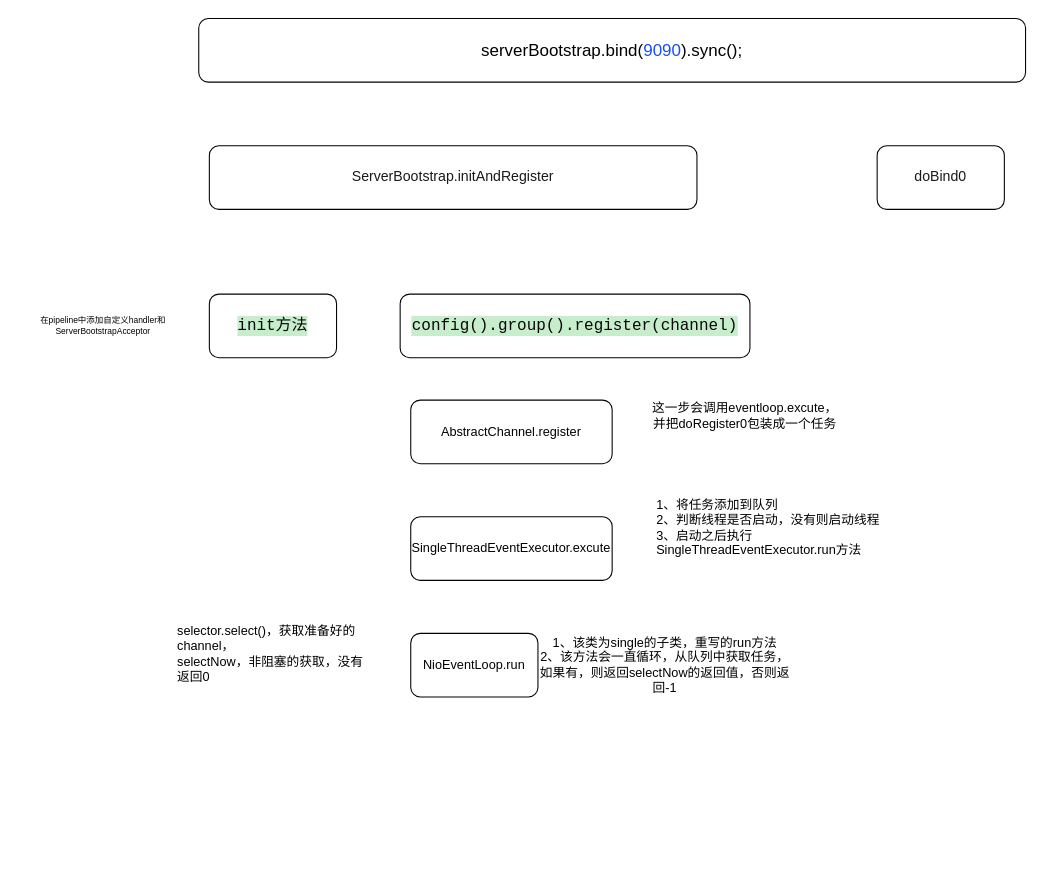
Earlier version of the draw.io diagram netty.drawio (qinhaohao1114/my-draw). Source tidied: cells renumbered, new cells numbered last; positions are measured from the earlier drawing's top-left corner, leaving out a move shared by most shapes. Both pictures are drawn from the tidied source at 106%, with x=0, y=0 at pixel (18, 18).
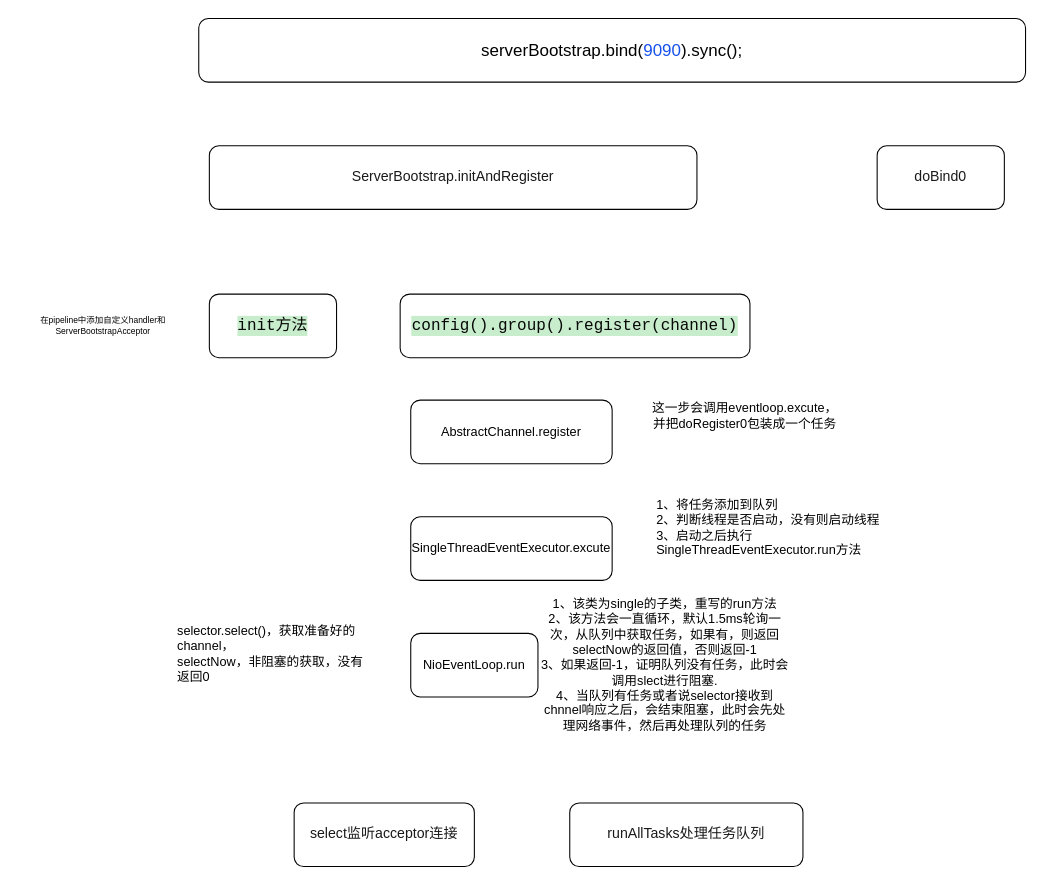
After the change.

What changed in the source:
```diff
@@
 <mxGraphModel>
   <root>
     <mxCell id="0" />
     <mxCell id="1" parent="0" />
     <mxCell id="2" value="&lt;p style=&quot;font-size: medium ; margin: 0px&quot;&gt;&lt;span style=&quot;font-family: &amp;#34;jetbrains mono,monospace&amp;#34; ; font-size: 12pt&quot;&gt; serverBootstrap.bind(&lt;/span&gt;&lt;span style=&quot;font-family: &amp;#34;jetbrains mono,monospace&amp;#34; ; font-size: 12pt ; color: rgb(23 , 80 , 235)&quot;&gt;9090&lt;/span&gt;&lt;span style=&quot;font-family: &amp;#34;jetbrains mono,monospace&amp;#34; ; font-size: 12pt&quot;&gt;).sync();&lt;/span&gt;&lt;/p&gt;" style="rounded=1;whiteSpace=wrap;html=1;" parent="1" vertex="1">
       <mxGeometry x="170" width="780" height="60" as="geometry" />
     </mxCell>
     <mxCell id="3" value="&lt;p align=&quot;center&quot; style=&quot;font-size: medium ; margin: 0px ; line-height: 1px&quot;&gt;&lt;span style=&quot;font-size: 10pt ; color: rgb(25 , 25 , 25)&quot;&gt;ServerBootstrap.initAndRegister&lt;/span&gt;&lt;/p&gt;" style="rounded=1;whiteSpace=wrap;html=1;" parent="1" vertex="1">
       <mxGeometry x="180" y="120" width="460" height="60" as="geometry" />
     </mxCell>
     <mxCell id="4" value="&lt;p align=&quot;center&quot; style=&quot;font-size: medium ; margin: 0px ; line-height: 1px&quot;&gt;&lt;span style=&quot;font-size: 10pt ; color: rgb(25 , 25 , 25)&quot;&gt;doBind0&lt;/span&gt;&lt;/p&gt;" style="rounded=1;whiteSpace=wrap;html=1;" parent="1" vertex="1">
       <mxGeometry x="810" y="120" width="120" height="60" as="geometry" />
     </mxCell>
     <mxCell id="5" value="&lt;pre style=&quot;background-color: #c7edcc ; color: #080808 ; font-family: &amp;#34;jetbrains mono&amp;#34; , monospace ; font-size: 11.3pt&quot;&gt;init方法&lt;/pre&gt;" style="rounded=1;whiteSpace=wrap;html=1;" parent="1" vertex="1">
       <mxGeometry x="180" y="260" width="120" height="60" as="geometry" />
     </mxCell>
     <mxCell id="6" value="&lt;p style=&quot;margin: 0px ; font-size: 8px&quot;&gt;&lt;span style=&quot;font-family: &amp;#34;arial&amp;#34; ; font-size: 8px&quot;&gt;在&lt;/span&gt;&lt;span style=&quot;font-family: &amp;#34;jetbrains mono,monospace&amp;#34; ; font-size: 8px&quot;&gt;pipeline中添加自定义handler和ServerBootstrapAcceptor&lt;/span&gt;&lt;/p&gt;" style="text;html=1;strokeColor=none;fillColor=none;align=center;verticalAlign=middle;whiteSpace=wrap;rounded=0;" parent="1" vertex="1">
       <mxGeometry y="280" width="160" height="20" as="geometry" />
     </mxCell>
     <mxCell id="7" value="&lt;pre style=&quot;background-color: #c7edcc ; color: #080808 ; font-family: &amp;#34;jetbrains mono&amp;#34; , monospace ; font-size: 11.3pt&quot;&gt;config().group().register(channel)&lt;/pre&gt;" style="rounded=1;whiteSpace=wrap;html=1;" parent="1" vertex="1">
       <mxGeometry x="360" y="260" width="330" height="60" as="geometry" />
     </mxCell>
     <mxCell id="8" value="AbstractChannel.register" style="rounded=1;whiteSpace=wrap;html=1;" parent="1" vertex="1">
       <mxGeometry x="370" y="360" width="190" height="60" as="geometry" />
     </mxCell>
     <mxCell id="9" value="这一步会调用eventloop.excute，&lt;br&gt;并把doRegister0包装成一个任务" style="text;html=1;align=center;verticalAlign=middle;" parent="1" vertex="1">
       <mxGeometry x="590" y="360" width="190" height="30" as="geometry" />
     </mxCell>
     <mxCell id="10" value="SingleThreadEventExecutor.excute" style="rounded=1;whiteSpace=wrap;html=1;" parent="1" vertex="1">
       <mxGeometry x="370" y="470" width="190" height="60" as="geometry" />
     </mxCell>
     <mxCell id="11" value="1、将任务添加到队列&lt;br&gt;&lt;div&gt;&lt;span&gt;2、判断线程是否启动，没有则启动线程&lt;/span&gt;&lt;/div&gt;&lt;div&gt;&lt;span&gt;3、启动之后执行&lt;/span&gt;&lt;/div&gt;&lt;span style=&quot;text-align: center&quot;&gt;SingleThreadEventExecutor.run方法&lt;/span&gt;" style="text;html=1;strokeColor=none;fillColor=none;align=left;verticalAlign=middle;whiteSpace=wrap;rounded=0;" parent="1" vertex="1">
       <mxGeometry x="600" y="470" width="220" height="20" as="geometry" />
     </mxCell>
     <mxCell id="12" value="NioEventLoop.run" style="rounded=1;whiteSpace=wrap;html=1;" parent="1" vertex="1">
       <mxGeometry x="370" y="580" width="120" height="60" as="geometry" />
     </mxCell>
-    <mxCell id="13" value="1、该类为single的子类，重写的run方法&lt;br&gt;2、该方法会一直循环，从队列中获取任务，如果有，则返回selectNow的返回值，否则返回-1" style="text;html=1;strokeColor=none;fillColor=none;align=center;verticalAlign=middle;whiteSpace=wrap;rounded=0;" parent="1" vertex="1">
+    <mxCell id="13" value="1、该类为single的子类，重写的run方法&lt;br&gt;2、该方法会一直循环，默认1.5ms轮询一次，从队列中获取任务，如果有，则返回selectNow的返回值，否则返回-1&lt;br&gt;3、如果返回-1，证明队列没有任务，此时会调用slect进行阻塞.&lt;br&gt;4、当队列有任务或者说selector接收到chnnel响应之后，会结束阻塞，此时会先处理网络事件，然后再处理队列的任务" style="text;html=1;strokeColor=none;fillColor=none;align=center;verticalAlign=middle;whiteSpace=wrap;rounded=0;" parent="1" vertex="1">
       <mxGeometry x="490" y="600" width="240" height="20" as="geometry" />
     </mxCell>
     <mxCell id="14" value="&lt;h1&gt;&lt;br&gt;&lt;/h1&gt;&lt;div&gt;selector.select()，获取准备好的channel，&lt;/div&gt;&lt;div&gt;selectNow，非阻塞的获取，没有返回0&lt;/div&gt;" style="text;html=1;strokeColor=none;fillColor=none;spacing=5;spacingTop=-20;whiteSpace=wrap;overflow=hidden;rounded=0;" parent="1" vertex="1">
       <mxGeometry x="145" y="520" width="190" height="120" as="geometry" />
     </mxCell>
+    <mxCell id="15" value="&lt;p align=&quot;center&quot; style=&quot;font-size: medium ; margin: 0px ; line-height: 1px&quot;&gt;&lt;span style=&quot;font-size: 10pt ; color: rgb(25 , 25 , 25)&quot;&gt;select监听acceptor连接&lt;/span&gt;&lt;/p&gt;" style="rounded=1;whiteSpace=wrap;html=1;" parent="1" vertex="1">
+      <mxGeometry x="260" y="740" width="170" height="60" as="geometry" />
+    </mxCell>
+    <mxCell id="16" value="&lt;p align=&quot;center&quot; style=&quot;font-size: medium ; margin: 0px ; line-height: 1px&quot;&gt;&lt;span style=&quot;font-size: 10pt ; color: rgb(25 , 25 , 25)&quot;&gt;runAllTasks处理任务队列&lt;/span&gt;&lt;/p&gt;" style="rounded=1;whiteSpace=wrap;html=1;" parent="1" vertex="1">
+      <mxGeometry x="520" y="740" width="220" height="60" as="geometry" />
+    </mxCell>
   </root>
 </mxGraphModel>
```
